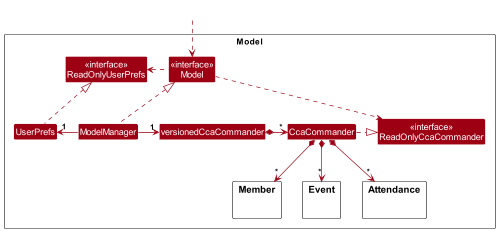
Before: docs/images/ModelClassDiagram.png, a diagram exported from PlantUML (nus-cs2103-AY2324S1/tp).
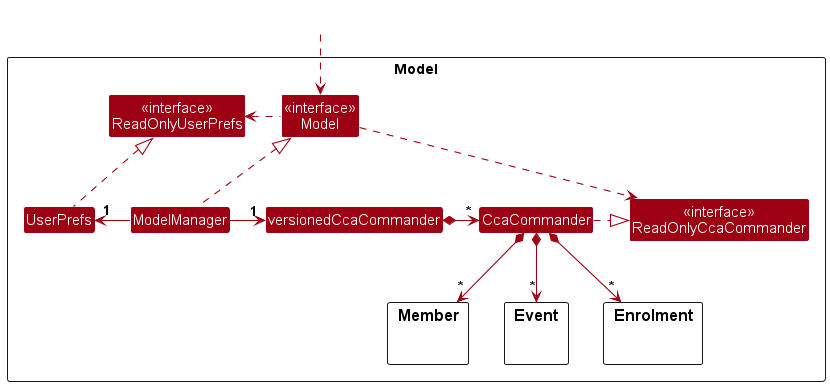
After the change.

Diff of the diagram source:
```diff
@@ -23,7 +23,7 @@
 
 
 
-Package Attendance {
+Package Enrolment {
 }
 
 
@@ -46,7 +46,7 @@
 
 CcaCommander *--> "*" Member
 CcaCommander *--> "*" Event
-CcaCommander *--> "*" Attendance
+CcaCommander *--> "*" Enrolment
 
 
 
```
